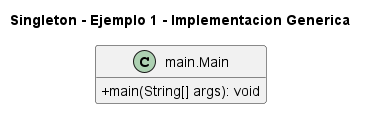
This is 1. Creacionales/Singleton/Ejemplo 1 - Implementacion Generica/UML.png from NicoCG32/Patrones-de-Software-y-Programacion-UCN, a PlantUML export, as it was before one commit.
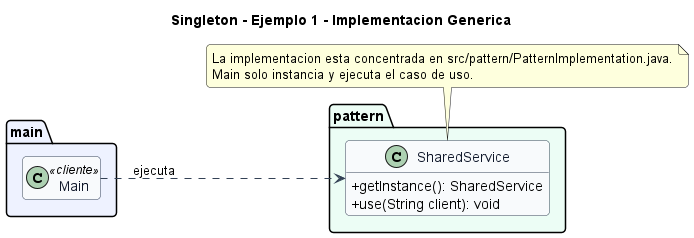
Above is the later version.

Change to the diagram source:
```diff
@@ -1,8 +1,33 @@
 @startuml
 title Singleton - Ejemplo 1 - Implementacion Generica
+left to right direction
+skinparam backgroundColor #FFFFFF
+skinparam shadowing false
+skinparam roundcorner 8
 skinparam classAttributeIconSize 0
-hide empty fields
-class "main.Main" as main_Main {
-  +main(String[] args): void
+skinparam class {
+  BackgroundColor #F8FAFC
+  BorderColor #334155
+  ArrowColor #334155
+  FontColor #0F172A
 }
+hide empty members
+
+package "main" #EEF2FF {
+  class Main <<cliente>>
+}
+
+package "pattern" #ECFDF5 {
+  class SharedService {
+    +getInstance(): SharedService
+    +use(String client): void
+  }
+}
+
+Main ..> SharedService : ejecuta
+
+note bottom
+La implementacion esta concentrada en src/pattern/PatternImplementation.java.
+Main solo instancia y ejecuta el caso de uso.
+end note
 @enduml
```
